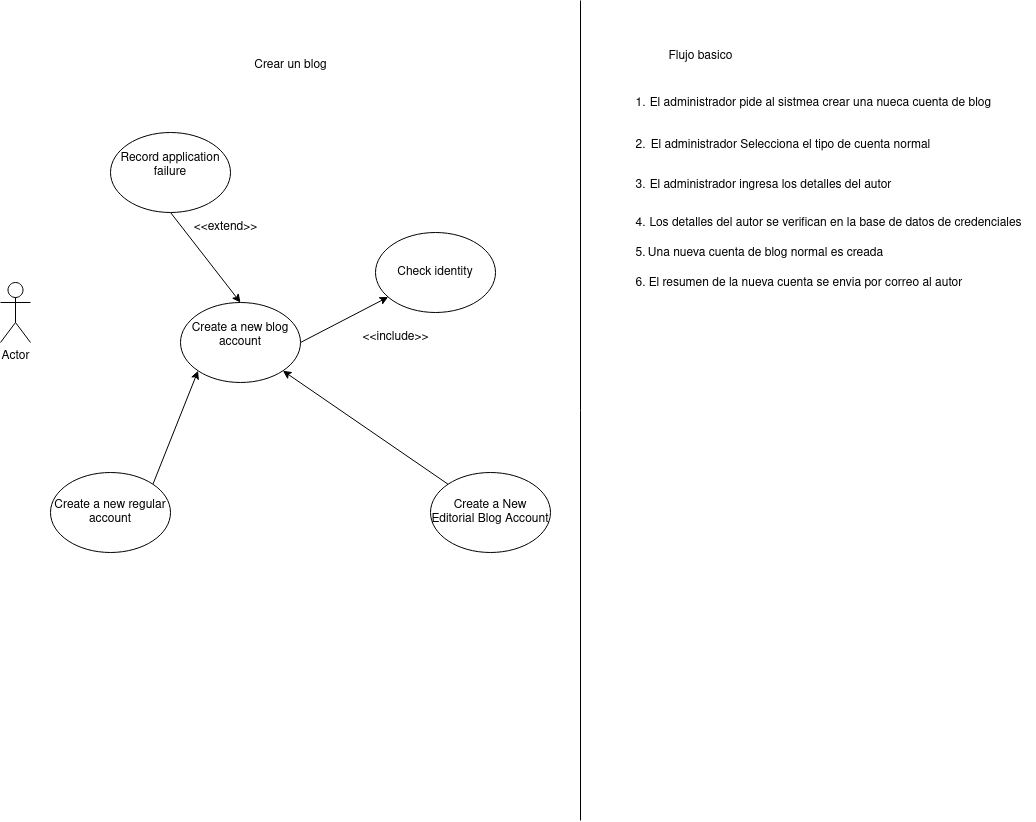
Before: DSejemplo.drawio.png, a diagram exported from draw.io (GermanOjeda/Tarea-ETS). Source tidied: cells renumbered, new cells last; positions are measured from the earlier drawing's top-left corner, leaving out a move shared by most shapes.
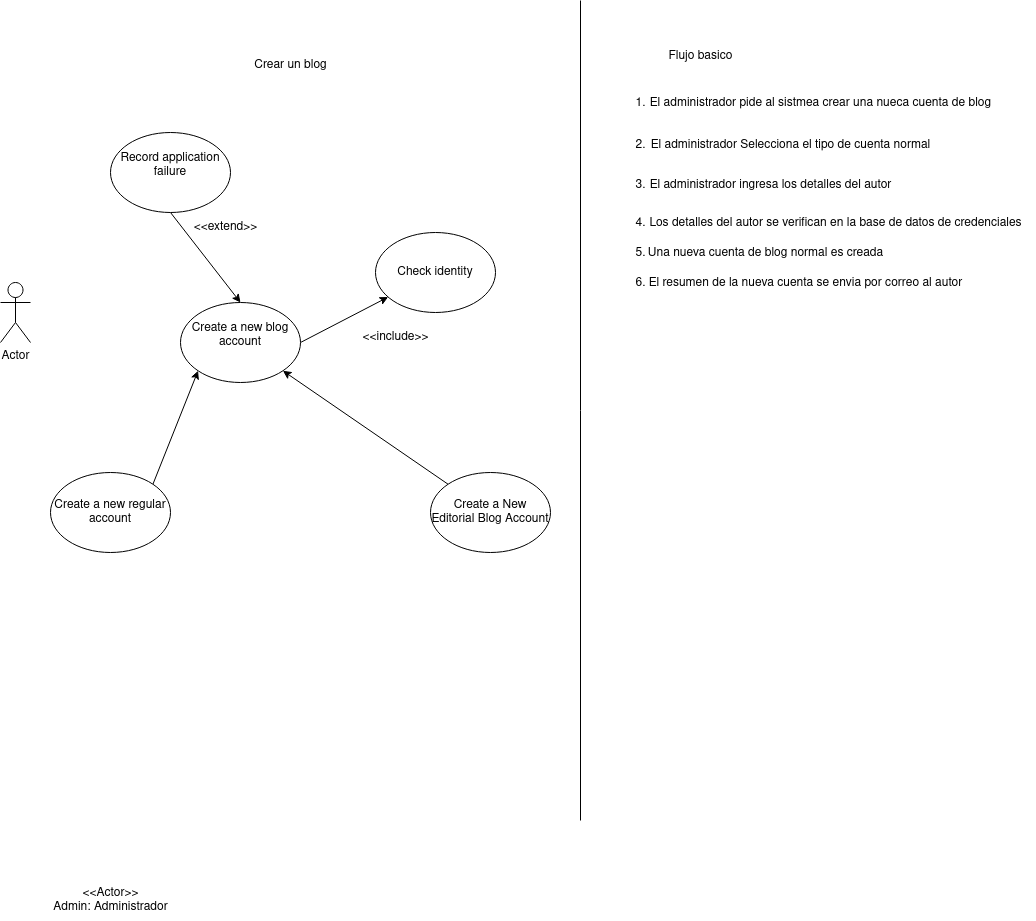
Later version of the same file.

The edit, as a diff of the source:
```diff
@@ -86,5 +86,8 @@
     <mxCell id="28" value="El resumen de la nueva cuenta se envia por correo al autor" style="text;html=1;align=center;verticalAlign=middle;strokeColor=none;fillColor=none;" parent="1" vertex="1">
       <mxGeometry x="635" y="268" width="340" height="30" as="geometry" />
     </mxCell>
+    <mxCell id="29" value="&lt;div&gt;&amp;lt;&amp;lt;Actor&amp;gt;&amp;gt;&lt;/div&gt;&lt;div&gt;Admin: Administrador&lt;br&gt;&lt;/div&gt;" style="text;html=1;align=center;verticalAlign=middle;strokeColor=none;fillColor=none;" parent="1" vertex="1">
+      <mxGeometry x="40" y="880" width="140" height="40" as="geometry" />
+    </mxCell>
   </root>
 </mxGraphModel>
```
